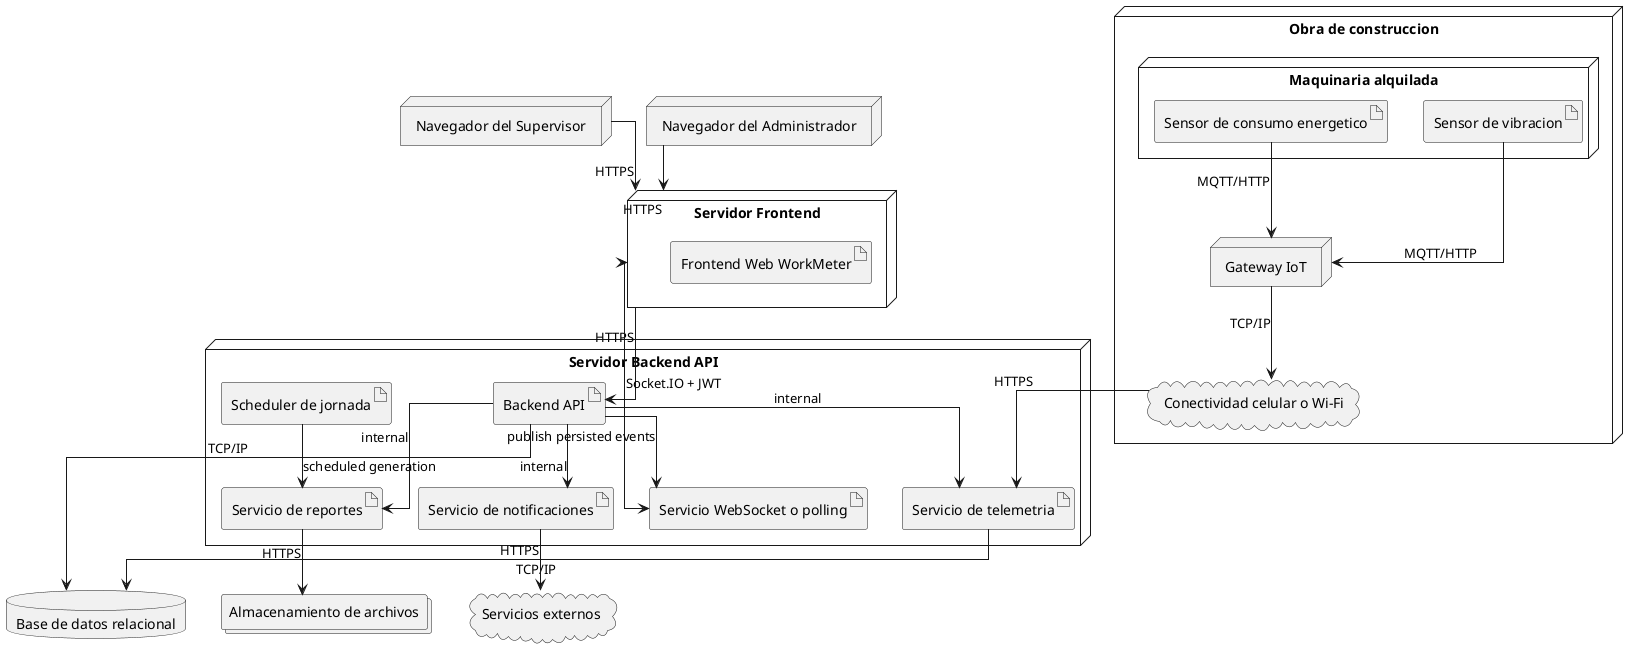
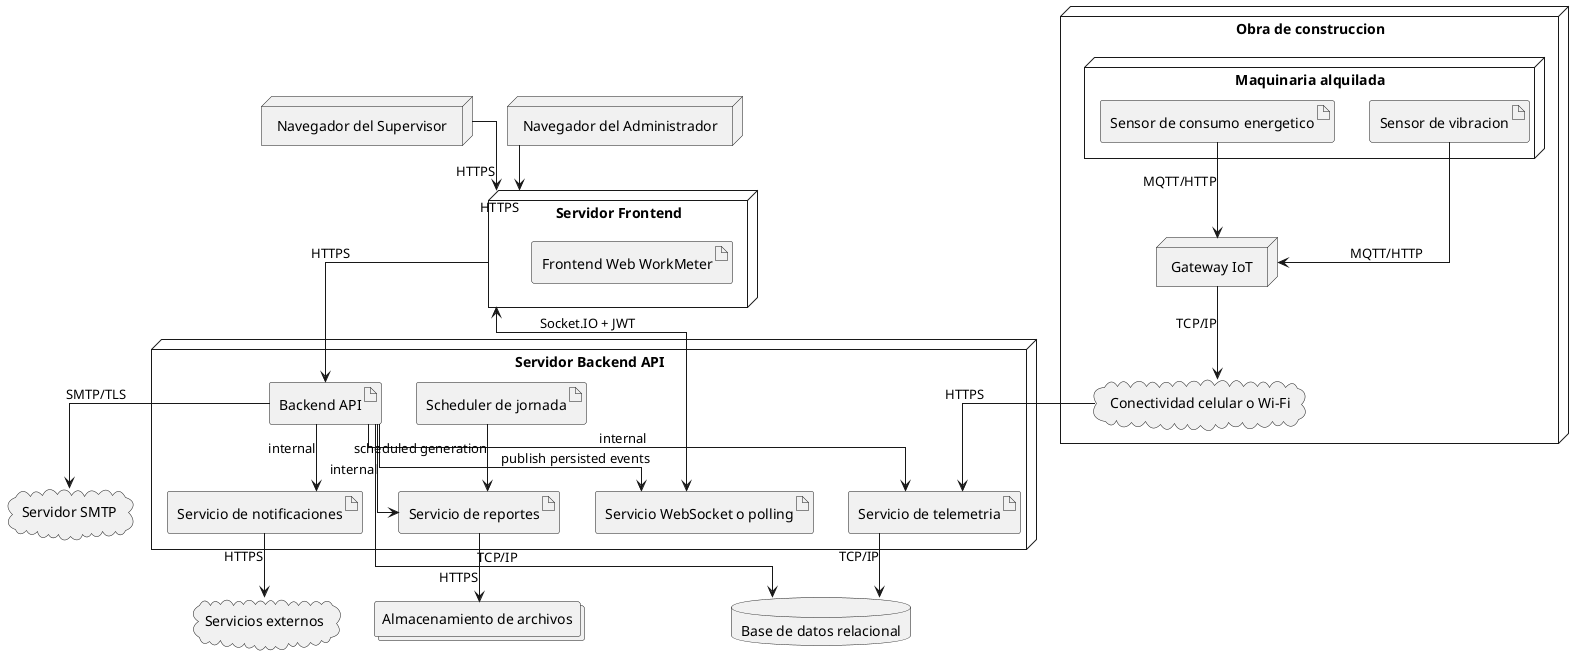
@startuml "Deployment: WorkMeter"
skinparam linetype ortho

node "Obra de construccion" as Site {
  node "Maquinaria alquilada" as Machine {
    artifact "Sensor de vibracion" as VibrationSensor
    artifact "Sensor de consumo energetico" as EnergySensor
  }
  node "Gateway IoT" as Gateway
  cloud "Conectividad celular o Wi-Fi" as Connectivity
}

node "Navegador del Supervisor" as SupervisorBrowser
node "Navegador del Administrador" as AdminBrowser

node "Servidor Frontend" as FrontendServer {
  artifact "Frontend Web WorkMeter" as Frontend
}

node "Servidor Backend API" as BackendServer {
  artifact "Backend API" as API
  artifact "Servicio de telemetria" as TelemetryService
  artifact "Servicio WebSocket o polling" as RealtimeService
  artifact "Servicio de reportes" as ReportsService
  artifact "Scheduler de jornada" as WorkdayScheduler
  artifact "Servicio de notificaciones" as NotificationService
}

database "Base de datos relacional" as RelationalDB
collections "Almacenamiento de archivos" as FileStorage
cloud "Servicios externos" as ExternalServices
+ cloud "Servidor SMTP" as SMTP

VibrationSensor --> Gateway : MQTT/HTTP
EnergySensor --> Gateway : MQTT/HTTP
Gateway --> Connectivity : TCP/IP
Connectivity --> TelemetryService : HTTPS

SupervisorBrowser --> FrontendServer : HTTPS
AdminBrowser --> FrontendServer : HTTPS
FrontendServer --> API : HTTPS
FrontendServer <--> RealtimeService : Socket.IO + JWT
API --> RealtimeService : publish persisted events
API --> TelemetryService : internal
API --> ReportsService : internal
WorkdayScheduler --> ReportsService : scheduled generation
API --> NotificationService : internal
TelemetryService --> RelationalDB : TCP/IP
API --> RelationalDB : TCP/IP
ReportsService --> FileStorage : HTTPS
NotificationService --> ExternalServices : HTTPS
+ API --> SMTP : SMTP/TLS
@enduml
